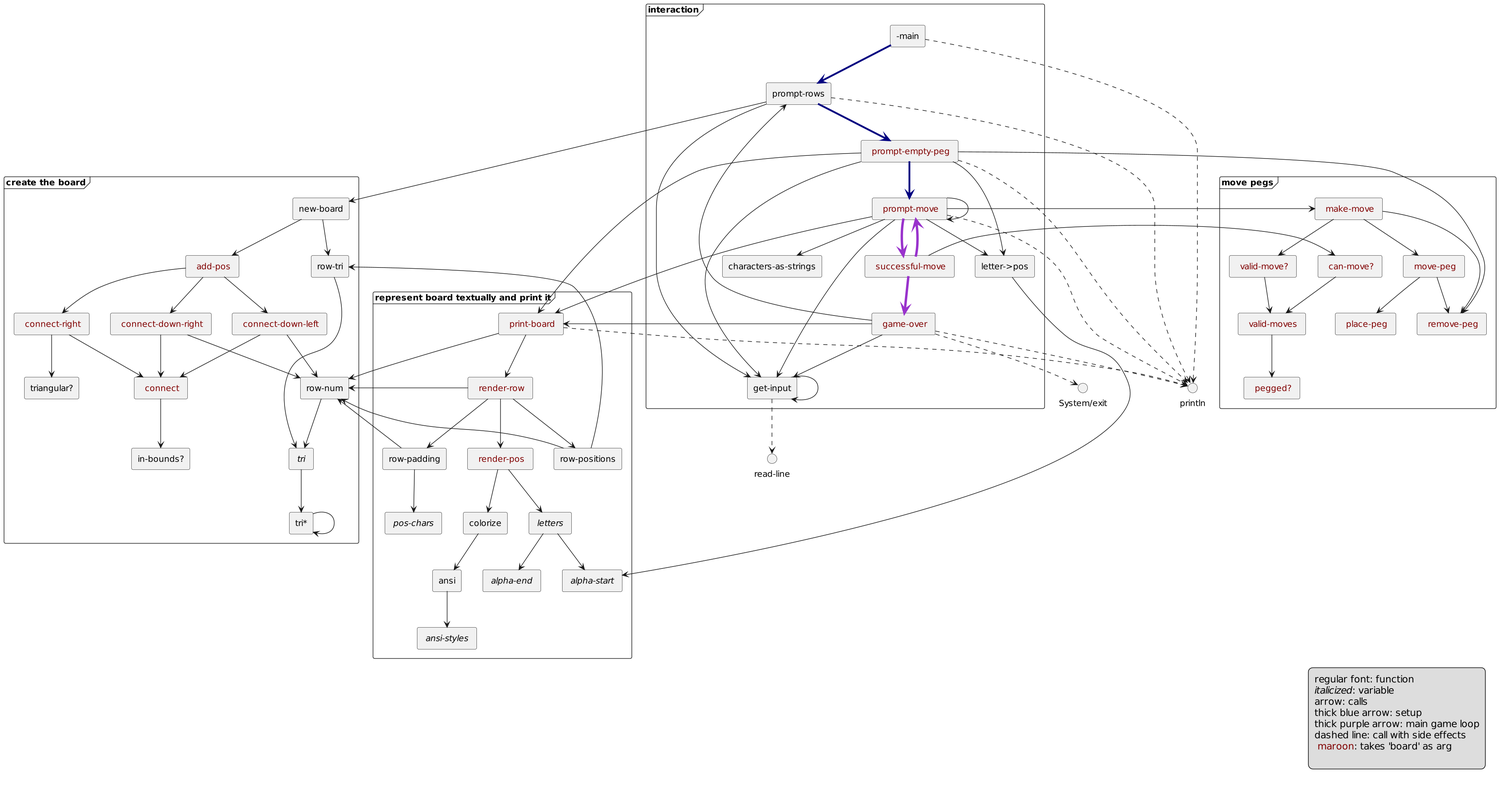
Before: images/2023/clj-12/clj-diagram.png, a diagram exported from PlantUML (j19sch/j19sch.github.io).
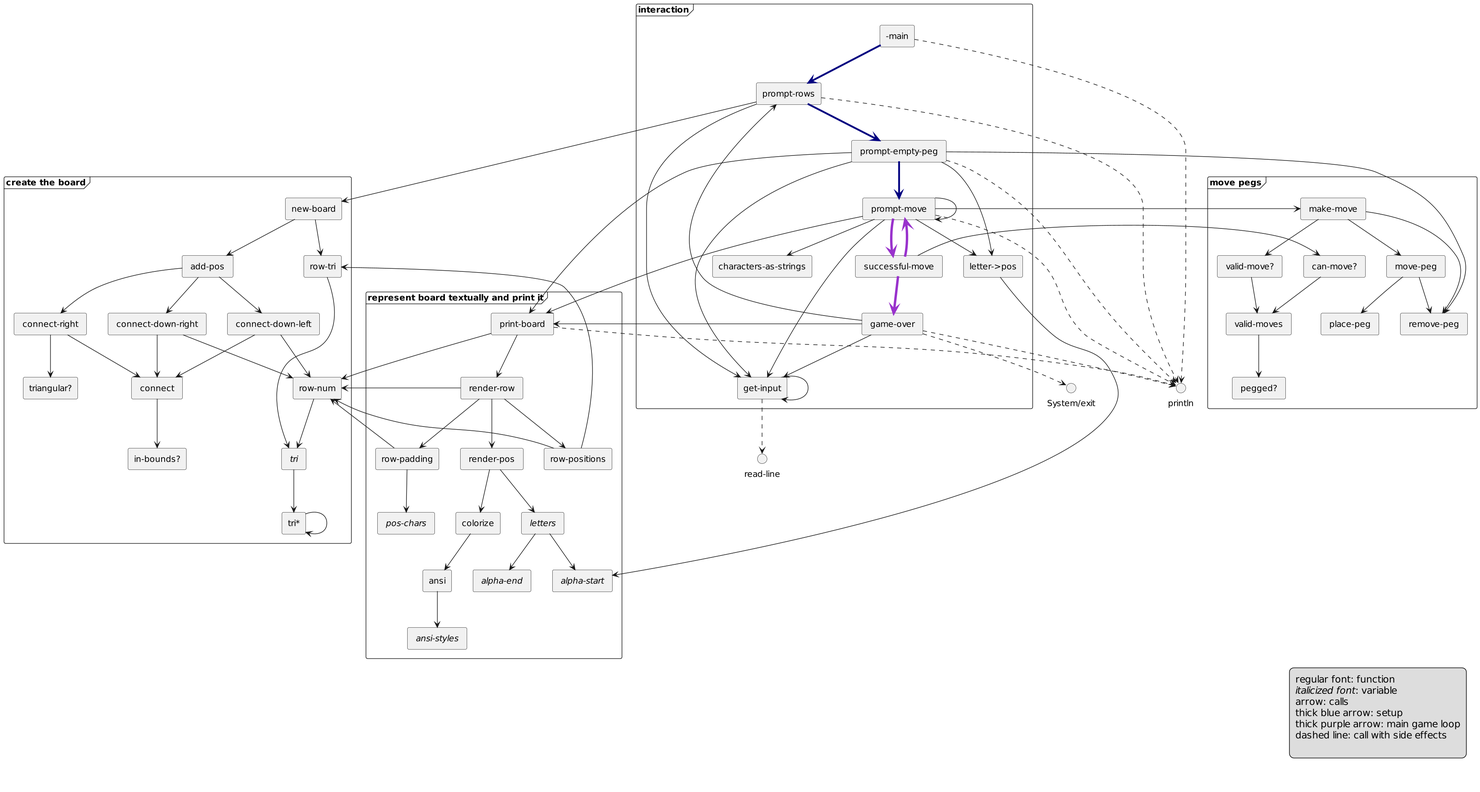
Above is the later version.

Commit message:
more work on post and diagrams of clj 12

The edit, as a diff of the source:
```diff
@@ -20,12 +20,11 @@
 
 legend bottom right
 	regular font: function
-	//italicized//: variable
+	//italicized font//: variable
 	arrow: calls
 	thick blue arrow: setup
 	thick purple arrow: main game loop
 	dashed line: call with side effects
-	<color:maroon> maroon<color:black>: takes 'board' as arg
 
 end legend
 
@@ -42,23 +41,23 @@
 	[row-tri]
 	[row-num]
 	[in-bounds?]
-	[ <color:maroon> connect ]
-	[ <color:maroon> connect-right ]
-	[ <color:maroon> connect-down-left ]
-	[ <color:maroon> connect-down-right ]
-	[ <color:maroon> add-pos ]
+	[ connect ]
+	[ connect-right ]
+	[ connect-down-left ]
+	[ connect-down-right ]
+	[ add-pos ]
 	[new-board]
 }
 
 frame "move pegs" {
-	[ <color:maroon> pegged? ]
-	[ <color:maroon> valid-moves ]
-	[ <color:maroon> valid-move? ]
-	[ <color:maroon> remove-peg ]
-	[ <color:maroon> place-peg ]
-	[ <color:maroon> move-peg ]
-	[ <color:maroon> make-move ]
-	[ <color:maroon> can-move? ]
+	[ pegged? ]
+	[ valid-moves ]
+	[ valid-move? ]
+	[ remove-peg ]
+	[ place-peg ]
+	[ move-peg ]
+	[ make-move ]
+	[ can-move? ]
 }
 
 frame "represent board textually and print it" {
@@ -70,11 +69,11 @@
 
 	[ansi]
 	[colorize]
-	[ <color:maroon> render-pos ]
+	[ render-pos ]
 	[row-positions]
 	[row-padding]
-	[ <color:maroon> render-row ]
-	[ <color:maroon> print-board ]
+	[ render-row ]
+	[ print-board ]
 }
 
 
@@ -82,10 +81,10 @@
 	[letter->pos]
 	[get-input]
 	[characters-as-strings]
-	[ <color:maroon> prompt-move ]
-	[ <color:maroon> successful-move ]
-	[ <color:maroon> game-over ]
-	[ <color:maroon> prompt-empty-peg ]
+	[ prompt-move ]
+	[ successful-move ]
+	[ game-over ]
+	[ prompt-empty-peg ]
 	[prompt-rows]
 	[-main]
 }
@@ -96,75 +95,75 @@
 [ //tri// ] --> [tri*]
 [row-tri] --> [ //tri// ]
 [row-num] --> [ //tri// ]
-[ <color:maroon> connect ] --> [in-bounds?]
-[ <color:maroon> connect-right ] --> [triangular?]
-[ <color:maroon> connect-right ] --> [ <color:maroon> connect ]
-[ <color:maroon> connect-down-left ] --> [ <color:maroon> connect ]
-[ <color:maroon> connect-down-left ] --> [row-num]
-[ <color:maroon> connect-down-right ] --> [ <color:maroon> connect ]
-[ <color:maroon> connect-down-right ] --> [row-num]
-[ <color:maroon> add-pos ] --> [ <color:maroon> connect-right ]
-[ <color:maroon> add-pos ] --> [ <color:maroon> connect-down-left ]
-[ <color:maroon> add-pos ] --> [ <color:maroon> connect-down-right ]
+[ connect ] --> [in-bounds?]
+[ connect-right ] --> [triangular?]
+[ connect-right ] --> [ connect ]
+[ connect-down-left ] --> [ connect ]
+[ connect-down-left ] --> [row-num]
+[ connect-down-right ] --> [ connect ]
+[ connect-down-right ] --> [row-num]
+[ add-pos ] --> [ connect-right ]
+[ add-pos ] --> [ connect-down-left ]
+[ add-pos ] --> [ connect-down-right ]
 [new-board] --> [row-tri]
-[new-board] --> [ <color:maroon> add-pos ]
+[new-board] --> [ add-pos ]
 
-[ <color:maroon> valid-moves ] --> [ <color:maroon> pegged? ]
-[ <color:maroon> valid-move? ] --> [ <color:maroon> valid-moves ]
-[ <color:maroon> move-peg ] --> [ <color:maroon> remove-peg ]
-[ <color:maroon> move-peg ] --> [ <color:maroon> place-peg ]
-[ <color:maroon> make-move ] --> [ <color:maroon> valid-move? ]
-[ <color:maroon> make-move ] --> [ <color:maroon> move-peg ]
-[ <color:maroon> make-move ] --> [ <color:maroon> remove-peg ]
-[ <color:maroon> can-move? ] --> [ <color:maroon> valid-moves ]
+[ valid-moves ] --> [ pegged? ]
+[ valid-move? ] --> [ valid-moves ]
+[ move-peg ] --> [ remove-peg ]
+[ move-peg ] --> [ place-peg ]
+[ make-move ] --> [ valid-move? ]
+[ make-move ] --> [ move-peg ]
+[ make-move ] --> [ remove-peg ]
+[ can-move? ] --> [ valid-moves ]
 
 [ //letters// ] --> [ //alpha-start// ]
 [ //letters// ] --> [ //alpha-end// ]
 [ansi] --> [ //ansi-styles// ]
 [colorize] --> [ansi]
-[ <color:maroon> render-pos ] --> [ //letters// ]
-[ <color:maroon> render-pos ] --> [colorize]
+[ render-pos ] --> [ //letters// ]
+[ render-pos ] --> [colorize]
 [row-positions] -left-> [row-tri]
 [row-positions] -left-> [row-num]
 [row-padding] --> [ //pos-chars// ]
 [row-padding] -left-> [row-num]
-[ <color:maroon> render-row ] --> [row-padding]
-[ <color:maroon> render-row ] --> [ <color:maroon> render-pos ]
-[ <color:maroon> render-row ] -> [row-num]
-[ <color:maroon> render-row ] --> [row-positions]
-[ <color:maroon> print-board ] --> [ <color:maroon> render-row ]
-[ <color:maroon> print-board ] -left-> [row-num]
-[ <color:maroon> print-board ] ..> println
+[ render-row ] --> [row-padding]
+[ render-row ] --> [ render-pos ]
+[ render-row ] -> [row-num]
+[ render-row ] --> [row-positions]
+[ print-board ] --> [ render-row ]
+[ print-board ] -left-> [row-num]
+[ print-board ] ..> println
 
 [letter->pos] -> [ //alpha-start// ]
 [get-input] --> [get-input]
 [get-input] ..> readline
-[ <color:maroon> prompt-move ] ..> println
-[ <color:maroon> prompt-move ] -> [ <color:maroon> print-board ]
-[ <color:maroon> prompt-move ] --> [letter->pos]
-[ <color:maroon> prompt-move ] --> [characters-as-strings]
-[ <color:maroon> prompt-move ] --> [get-input]
-[ <color:maroon> prompt-move ] -> [ <color:maroon> make-move ]
-[ <color:maroon> prompt-move ] -[thickness=4,#darkorchid]-> [ <color:maroon> successful-move ]
-[ <color:maroon> prompt-move ] --> [ <color:maroon> prompt-move ]
-[ <color:maroon> successful-move ] -> [ <color:maroon> can-move? ]
-[ <color:maroon> successful-move ] -[thickness=4,#darkorchid]-> [ <color:maroon> prompt-move ]
-[ <color:maroon> successful-move ] -[thickness=4,#darkorchid]-> [ <color:maroon> game-over ]
-[ <color:maroon> game-over ] ..> println
-[ <color:maroon> game-over ] -> [ <color:maroon> print-board ]
-[ <color:maroon> game-over ] --> [get-input]
-[ <color:maroon> game-over ] -up-> [prompt-rows]
-[ <color:maroon> game-over ] ..> systemexit
-[ <color:maroon> prompt-empty-peg ] ..> println
-[ <color:maroon> prompt-empty-peg ] -> [ <color:maroon> print-board ]
-[ <color:maroon> prompt-empty-peg ] -down[thickness=3,#navy]-> [ <color:maroon> prompt-move ]
-[ <color:maroon> prompt-empty-peg ] -> [ <color:maroon> remove-peg ]
-[ <color:maroon> prompt-empty-peg ] --> [letter->pos]
-[ <color:maroon> prompt-empty-peg ] --> [get-input]
+[ prompt-move ] ..> println
+[ prompt-move ] -> [ print-board ]
+[ prompt-move ] --> [letter->pos]
+[ prompt-move ] --> [characters-as-strings]
+[ prompt-move ] --> [get-input]
+[ prompt-move ] -> [ make-move ]
+[ prompt-move ] -[thickness=4,#darkorchid]-> [ successful-move ]
+[ prompt-move ] --> [ prompt-move ]
+[ successful-move ] -> [ can-move? ]
+[ successful-move ] -[thickness=4,#darkorchid]-> [ prompt-move ]
+[ successful-move ] -[thickness=4,#darkorchid]-> [ game-over ]
+[ game-over ] ..> println
+[ game-over ] -> [ print-board ]
+[ game-over ] --> [get-input]
+[ game-over ] -up-> [prompt-rows]
+[ game-over ] ..> systemexit
+[ prompt-empty-peg ] ..> println
+[ prompt-empty-peg ] -> [ print-board ]
+[ prompt-empty-peg ] -down[thickness=3,#navy]-> [ prompt-move ]
+[ prompt-empty-peg ] -> [ remove-peg ]
+[ prompt-empty-peg ] --> [letter->pos]
+[ prompt-empty-peg ] --> [get-input]
 [prompt-rows] ..> println
 [prompt-rows] --> [get-input]
 [prompt-rows] -> [new-board]
-[prompt-rows] -down[thickness=3,#navy]-> [ <color:maroon> prompt-empty-peg ]
+[prompt-rows] -down[thickness=3,#navy]-> [ prompt-empty-peg ]
 [-main] ..> println
 [-main] -down[thickness=3,#navy]-> [prompt-rows]
 
```
